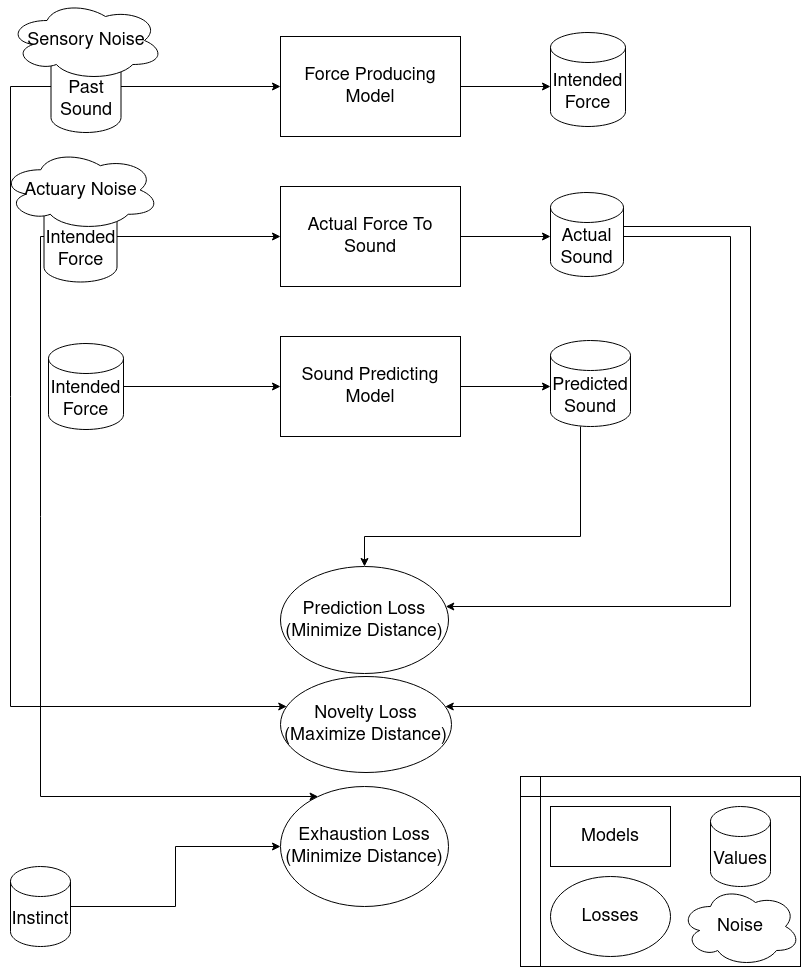
The draw.io diagram BabyBotDiagram.png in SpisakJ/BabyBotActiveSelf, before a commit. Source tidied: cells renumbered, new cells last; positions are measured from the earlier drawing's top-left corner, leaving out a move shared by most shapes. The source it was exported from:
```xml
<mxGraphModel>
  <root>
    <mxCell id="0" />
    <mxCell id="1" parent="0" />
    <mxCell id="2" style="shape=internalStorage;whiteSpace=wrap;html=1;backgroundOutline=1;fontSize=18;" parent="1" vertex="1">
      <mxGeometry x="520" y="776" width="280" height="190" as="geometry" />
    </mxCell>
    <mxCell id="3" style="edgeStyle=orthogonalEdgeStyle;rounded=0;jettySize=auto;html=1;fontSize=18;" parent="1" edge="1" source="4">
      <mxGeometry relative="1" as="geometry">
        <mxPoint x="550" y="86" as="targetPoint" />
      </mxGeometry>
    </mxCell>
    <mxCell id="4" value="Force Producing Model" style="rounded=0;whiteSpace=wrap;html=1;fontSize=18;" parent="1" vertex="1">
      <mxGeometry x="280" y="36" width="180" height="100" as="geometry" />
    </mxCell>
    <mxCell id="5" style="edgeStyle=orthogonalEdgeStyle;rounded=0;jettySize=auto;html=1;fontSize=18;" parent="1" edge="1" source="7" target="26">
      <mxGeometry relative="1" as="geometry">
        <Array as="points">
          <mxPoint x="10" y="86" />
          <mxPoint x="10" y="706" />
        </Array>
      </mxGeometry>
    </mxCell>
    <mxCell id="6" style="edgeStyle=orthogonalEdgeStyle;rounded=0;jettySize=auto;html=1;entryX=0;entryY=0.5;entryDx=0;entryDy=0;" parent="1" edge="1" source="7" target="4">
      <mxGeometry relative="1" as="geometry" />
    </mxCell>
    <mxCell id="7" value="Past Sound" style="shape=cylinder3;whiteSpace=wrap;html=1;boundedLbl=1;backgroundOutline=1;size=15;fontSize=18;" parent="1" vertex="1">
      <mxGeometry x="50.5" y="40" width="70" height="92" as="geometry" />
    </mxCell>
    <mxCell id="8" value="Sensory Noise" style="ellipse;shape=cloud;whiteSpace=wrap;html=1;fontSize=18;" parent="1" vertex="1">
      <mxGeometry x="7.5" width="156" height="80" as="geometry" />
    </mxCell>
    <mxCell id="9" value="Intended Force" style="shape=cylinder3;whiteSpace=wrap;html=1;boundedLbl=1;backgroundOutline=1;size=15;fontSize=18;" parent="1" vertex="1">
      <mxGeometry x="550" y="32" width="75" height="94" as="geometry" />
    </mxCell>
    <mxCell id="10" style="edgeStyle=orthogonalEdgeStyle;rounded=0;jettySize=auto;html=1;fontSize=18;" parent="1" edge="1" source="11">
      <mxGeometry relative="1" as="geometry">
        <mxPoint x="550" y="236" as="targetPoint" />
      </mxGeometry>
    </mxCell>
    <mxCell id="11" value="Actual Force To Sound" style="rounded=0;whiteSpace=wrap;html=1;fontSize=18;" parent="1" vertex="1">
      <mxGeometry x="280" y="186" width="180" height="100" as="geometry" />
    </mxCell>
    <mxCell id="12" style="edgeStyle=orthogonalEdgeStyle;rounded=0;jettySize=auto;html=1;fontSize=18;" parent="1" edge="1" source="14" target="27">
      <mxGeometry relative="1" as="geometry">
        <Array as="points">
          <mxPoint x="40" y="236" />
          <mxPoint x="40" y="796" />
        </Array>
      </mxGeometry>
    </mxCell>
    <mxCell id="13" style="edgeStyle=orthogonalEdgeStyle;rounded=0;jettySize=auto;html=1;" parent="1" edge="1" source="14" target="11">
      <mxGeometry relative="1" as="geometry" />
    </mxCell>
    <mxCell id="14" value="Intended Force" style="shape=cylinder3;whiteSpace=wrap;html=1;boundedLbl=1;backgroundOutline=1;size=15;fontSize=18;" parent="1" vertex="1">
      <mxGeometry x="43.5" y="190.5" width="73" height="91" as="geometry" />
    </mxCell>
    <mxCell id="15" value="Actuary Noise" style="ellipse;shape=cloud;whiteSpace=wrap;html=1;fontSize=18;" parent="1" vertex="1">
      <mxGeometry x="0.5" y="149" width="159" height="81" as="geometry" />
    </mxCell>
    <mxCell id="16" style="edgeStyle=orthogonalEdgeStyle;rounded=0;jettySize=auto;html=1;fontSize=18;" parent="1" edge="1" source="18" target="25">
      <mxGeometry relative="1" as="geometry">
        <Array as="points">
          <mxPoint x="730" y="236" />
          <mxPoint x="730" y="606" />
        </Array>
      </mxGeometry>
    </mxCell>
    <mxCell id="17" style="edgeStyle=orthogonalEdgeStyle;rounded=0;jettySize=auto;html=1;fontSize=18;" parent="1" edge="1" source="18" target="26">
      <mxGeometry relative="1" as="geometry">
        <Array as="points">
          <mxPoint x="750" y="226" />
          <mxPoint x="750" y="706" />
        </Array>
      </mxGeometry>
    </mxCell>
    <mxCell id="18" value="Actual Sound" style="shape=cylinder3;whiteSpace=wrap;html=1;boundedLbl=1;backgroundOutline=1;size=15;fontSize=18;" parent="1" vertex="1">
      <mxGeometry x="550" y="192" width="73" height="84" as="geometry" />
    </mxCell>
    <mxCell id="19" style="edgeStyle=orthogonalEdgeStyle;rounded=0;jettySize=auto;html=1;fontSize=18;" parent="1" edge="1" source="20">
      <mxGeometry relative="1" as="geometry">
        <mxPoint x="550" y="386" as="targetPoint" />
      </mxGeometry>
    </mxCell>
    <mxCell id="20" value="Sound Predicting Model" style="rounded=0;whiteSpace=wrap;html=1;fontSize=18;" parent="1" vertex="1">
      <mxGeometry x="280" y="336" width="180" height="100" as="geometry" />
    </mxCell>
    <mxCell id="21" style="edgeStyle=orthogonalEdgeStyle;rounded=0;jettySize=auto;html=1;entryX=0;entryY=0.5;entryDx=0;entryDy=0;fontSize=18;" parent="1" edge="1" source="22" target="20">
      <mxGeometry relative="1" as="geometry" />
    </mxCell>
    <mxCell id="22" value="Intended Force" style="shape=cylinder3;whiteSpace=wrap;html=1;boundedLbl=1;backgroundOutline=1;size=15;fontSize=18;" parent="1" vertex="1">
      <mxGeometry x="48" y="343" width="75" height="86" as="geometry" />
    </mxCell>
    <mxCell id="23" style="edgeStyle=orthogonalEdgeStyle;rounded=0;jettySize=auto;html=1;entryX=0.5;entryY=0;entryDx=0;entryDy=0;fontSize=18;" parent="1" edge="1" source="24" target="25">
      <mxGeometry relative="1" as="geometry">
        <Array as="points">
          <mxPoint x="580" y="536" />
          <mxPoint x="364" y="536" />
        </Array>
      </mxGeometry>
    </mxCell>
    <mxCell id="24" value="Predicted Sound" style="shape=cylinder3;whiteSpace=wrap;html=1;boundedLbl=1;backgroundOutline=1;size=15;fontSize=18;" parent="1" vertex="1">
      <mxGeometry x="550" y="340" width="80" height="86" as="geometry" />
    </mxCell>
    <mxCell id="25" value="Prediction Loss (Minimize Distance)" style="ellipse;whiteSpace=wrap;html=1;fontSize=18;" parent="1" vertex="1">
      <mxGeometry x="280" y="566" width="168" height="107" as="geometry" />
    </mxCell>
    <mxCell id="26" value="Novelty Loss (Maximize Distance)" style="ellipse;whiteSpace=wrap;html=1;fontSize=18;" parent="1" vertex="1">
      <mxGeometry x="280" y="676" width="171" height="96" as="geometry" />
    </mxCell>
    <mxCell id="27" value="Exhaustion Loss (Minimize Distance)" style="ellipse;whiteSpace=wrap;html=1;fontSize=18;" parent="1" vertex="1">
      <mxGeometry x="280" y="786" width="168" height="120" as="geometry" />
    </mxCell>
    <mxCell id="28" style="edgeStyle=orthogonalEdgeStyle;rounded=0;jettySize=auto;html=1;fontSize=18;" parent="1" edge="1" source="29" target="27">
      <mxGeometry relative="1" as="geometry" />
    </mxCell>
    <mxCell id="29" value="Instinct" style="shape=cylinder3;whiteSpace=wrap;html=1;boundedLbl=1;backgroundOutline=1;size=15;fontSize=18;" parent="1" vertex="1">
      <mxGeometry x="10" y="866" width="60" height="80" as="geometry" />
    </mxCell>
    <mxCell id="30" value="Models" style="rounded=0;whiteSpace=wrap;html=1;fontSize=18;" parent="1" vertex="1">
      <mxGeometry x="550" y="806" width="120" height="60" as="geometry" />
    </mxCell>
    <mxCell id="31" value="Losses" style="ellipse;whiteSpace=wrap;html=1;fontSize=18;" parent="1" vertex="1">
      <mxGeometry x="550" y="876" width="120" height="80" as="geometry" />
    </mxCell>
    <mxCell id="32" value="Values" style="shape=cylinder3;whiteSpace=wrap;html=1;boundedLbl=1;backgroundOutline=1;size=15;fontSize=18;" parent="1" vertex="1">
      <mxGeometry x="710" y="806" width="60" height="80" as="geometry" />
    </mxCell>
    <mxCell id="33" value="Noise" style="ellipse;shape=cloud;whiteSpace=wrap;html=1;fontSize=18;" parent="1" vertex="1">
      <mxGeometry x="680" y="886" width="120" height="80" as="geometry" />
    </mxCell>
  </root>
</mxGraphModel>
```
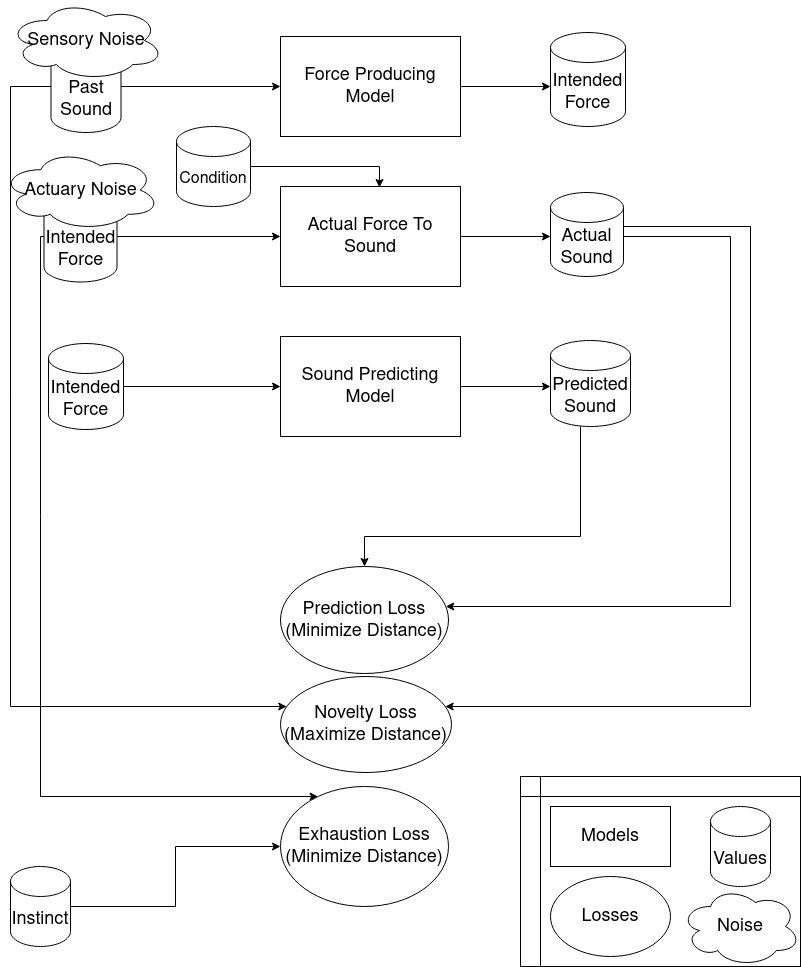
The same file after the commit.

Commit message:
added condition to sound from force

Diff of the diagram source:
```diff
@@ -129,5 +129,11 @@
     <mxCell id="33" value="Noise" style="ellipse;shape=cloud;whiteSpace=wrap;html=1;fontSize=18;" parent="1" vertex="1">
       <mxGeometry x="680" y="886" width="120" height="80" as="geometry" />
     </mxCell>
+    <mxCell id="34" style="edgeStyle=orthogonalEdgeStyle;rounded=0;jettySize=auto;html=1;entryX=0.55;entryY=0.01;entryDx=0;entryDy=0;entryPerimeter=0;" parent="1" edge="1" source="35" target="11">
+      <mxGeometry relative="1" as="geometry" />
+    </mxCell>
+    <mxCell id="35" value="&lt;font style=&quot;font-size: 16px;&quot;&gt;Condition&lt;/font&gt;" style="shape=cylinder3;whiteSpace=wrap;html=1;boundedLbl=1;backgroundOutline=1;size=15;" parent="1" vertex="1">
+      <mxGeometry x="176" y="126" width="74" height="80" as="geometry" />
+    </mxCell>
   </root>
 </mxGraphModel>
```
